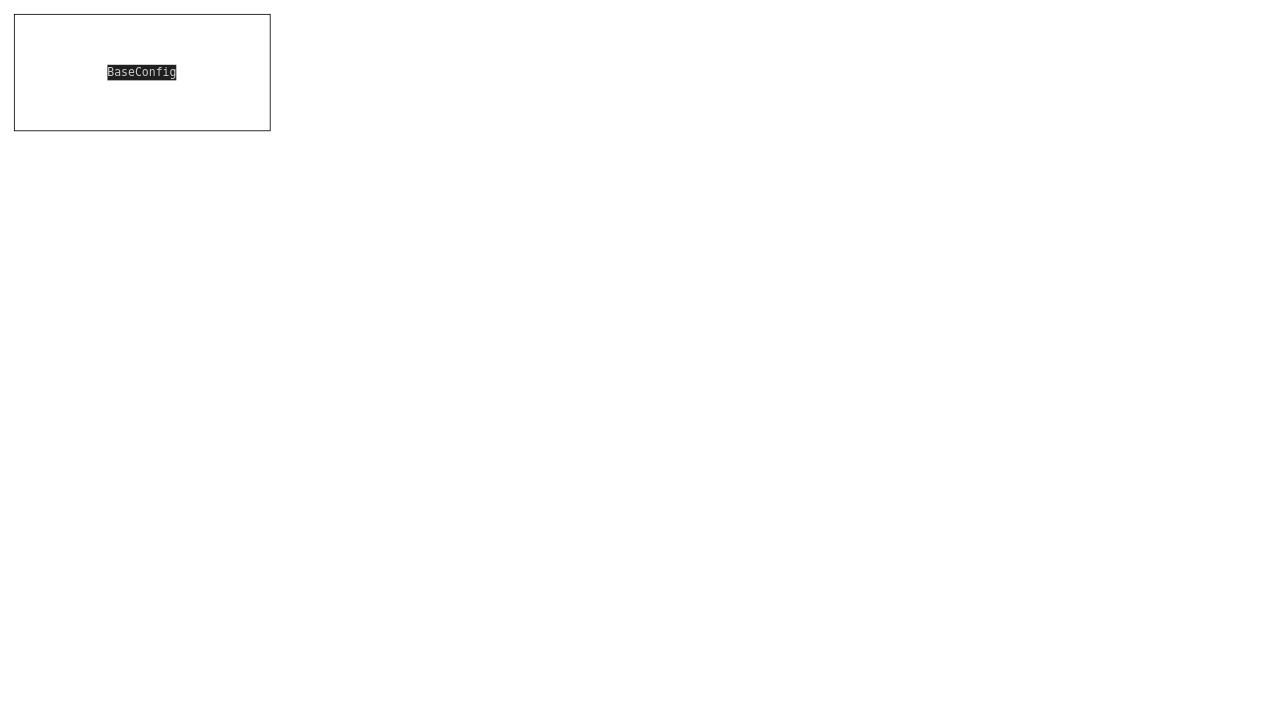
Above: Isaac Gym.drawio in q10l01p/draw (draw.io), before the change. Source tidied: cells renumbered, new cells numbered last; positions are measured from the earlier drawing's top-left corner, leaving out a move shared by most shapes. Both pictures are drawn from the tidied source at 82%, with x=0, y=0 at pixel (14, 14).
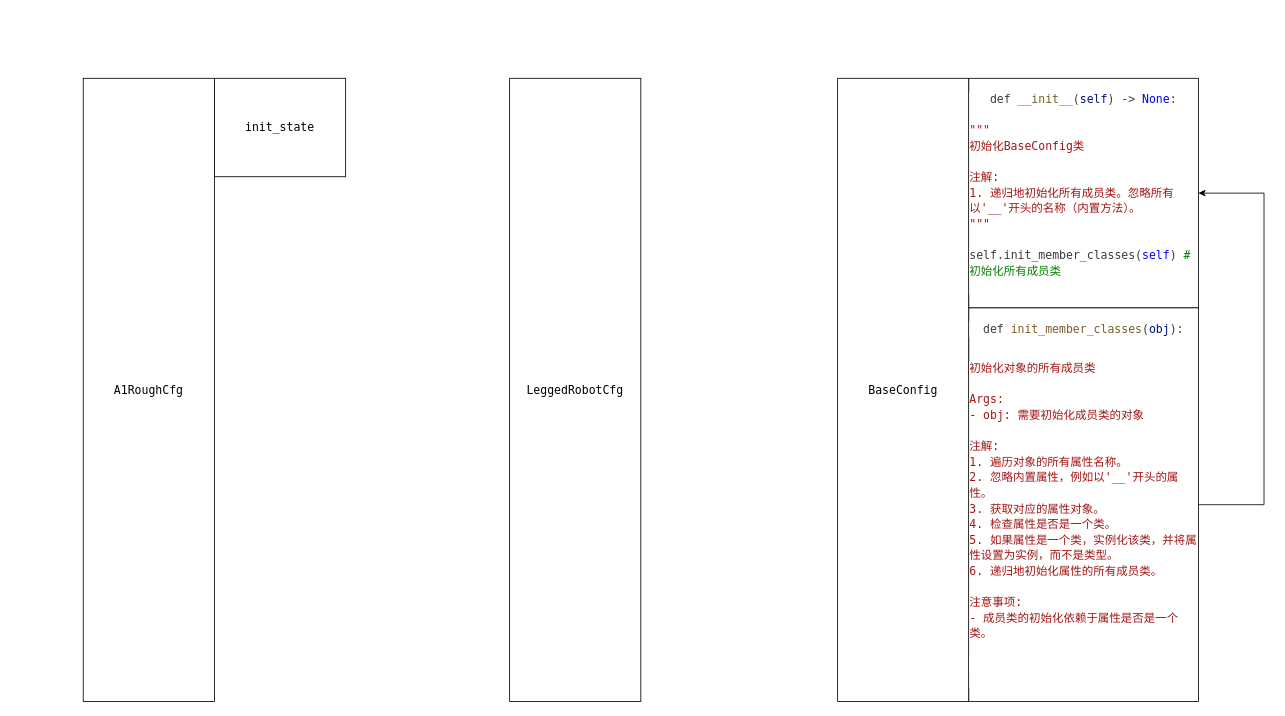
The same diagram, later.

The edit, as a diff of the source:
```diff
@@
 <mxGraphModel>
   <root>
     <mxCell id="0" />
     <mxCell id="1" parent="0" />
+    <mxCell id="3" value="&lt;div style=&quot;font-family: &amp;quot;Droid Sans Mono&amp;quot;, &amp;quot;monospace&amp;quot;, monospace; font-weight: normal; font-size: 14px; line-height: 19px;&quot;&gt;&lt;div&gt;&lt;span style=&quot;background-color: rgb(255, 255, 255);&quot;&gt;A1RoughCfg&lt;/span&gt;&lt;/div&gt;&lt;/div&gt;" style="rounded=0;whiteSpace=wrap;html=1;" parent="1" vertex="1">
+      <mxGeometry x="84" y="78" width="160" height="760" as="geometry" />
+    </mxCell>
+    <mxCell id="4" value="&lt;div style=&quot;color: rgb(204, 204, 204); font-family: &amp;quot;Droid Sans Mono&amp;quot;, &amp;quot;monospace&amp;quot;, monospace; font-weight: normal; font-size: 14px; line-height: 19px;&quot;&gt;&lt;div&gt;&lt;span style=&quot;background-color: rgb(255, 255, 255);&quot;&gt;&lt;font color=&quot;#000000&quot;&gt;init_state&lt;/font&gt;&lt;/span&gt;&lt;/div&gt;&lt;/div&gt;" style="rounded=0;whiteSpace=wrap;html=1;" parent="1" vertex="1">
+      <mxGeometry x="244" y="78" width="160" height="120" as="geometry" />
+    </mxCell>
+    <mxCell id="5" value="&lt;div style=&quot;font-family: &amp;quot;Droid Sans Mono&amp;quot;, &amp;quot;monospace&amp;quot;, monospace; font-weight: normal; font-size: 14px; line-height: 19px;&quot;&gt;&lt;div&gt;&lt;span style=&quot;background-color: rgb(255, 255, 255);&quot;&gt;LeggedRobotCfg&lt;/span&gt;&lt;/div&gt;&lt;/div&gt;" style="rounded=0;whiteSpace=wrap;html=1;fontColor=default;" parent="1" vertex="1">
+      <mxGeometry x="604" y="78" width="160" height="760" as="geometry" />
+    </mxCell>
+    <mxCell id="6" style="group;" parent="1" vertex="1">
+      <mxGeometry x="1004" y="78" width="520" height="760" as="geometry" />
+    </mxCell>
-    <mxCell id="2" value="&lt;div style=&quot;color: rgb(204, 204, 204); background-color: rgb(31, 31, 31); font-family: &amp;quot;Droid Sans Mono&amp;quot;, &amp;quot;monospace&amp;quot;, monospace; font-weight: normal; font-size: 14px; line-height: 19px;&quot;&gt;&lt;div&gt;BaseConfig&lt;/div&gt;&lt;/div&gt;" style="rounded=0;whiteSpace=wrap;html=1;fontSize=16;" parent="1" vertex="1">
-      <mxGeometry width="312" height="142" as="geometry" />
+    <mxCell id="2" value="&lt;div style=&quot;font-family: &amp;quot;Droid Sans Mono&amp;quot;, &amp;quot;monospace&amp;quot;, monospace; font-weight: normal; font-size: 14px; line-height: 19px;&quot;&gt;&lt;div&gt;&lt;span style=&quot;background-color: rgb(255, 255, 255);&quot;&gt;BaseConfig&lt;/span&gt;&lt;/div&gt;&lt;/div&gt;" style="rounded=0;whiteSpace=wrap;html=1;fontColor=default;" parent="6" vertex="1">
+      <mxGeometry width="160" height="760" as="geometry" />
     </mxCell>
+    <mxCell id="7" value="&lt;div align=&quot;center&quot; style=&quot;color: rgb(59, 59, 59); background-color: rgb(255, 255, 255); font-family: &amp;quot;Droid Sans Mono&amp;quot;, &amp;quot;monospace&amp;quot;, monospace; font-weight: normal; font-size: 14px; line-height: 19px;&quot;&gt;&lt;div&gt;def&lt;span style=&quot;color: #3b3b3b;&quot;&gt; &lt;/span&gt;&lt;span style=&quot;color: #795e26;&quot;&gt;__init__&lt;/span&gt;&lt;span style=&quot;color: #3b3b3b;&quot;&gt;(&lt;/span&gt;&lt;span style=&quot;color: #001080;&quot;&gt;self&lt;/span&gt;&lt;span style=&quot;color: #3b3b3b;&quot;&gt;) -&amp;gt; &lt;/span&gt;&lt;span style=&quot;color: #0000ff;&quot;&gt;None&lt;/span&gt;&lt;span style=&quot;color: #3b3b3b;&quot;&gt;:&lt;/span&gt;&lt;/div&gt;&lt;div&gt;&lt;span style=&quot;color: #3b3b3b;&quot;&gt;&lt;br&gt;&lt;/span&gt;&lt;/div&gt;&lt;/div&gt;&lt;div align=&quot;left&quot;&gt;&lt;div style=&quot;color: rgb(59, 59, 59); background-color: rgb(255, 255, 255); font-family: &amp;quot;Droid Sans Mono&amp;quot;, &amp;quot;monospace&amp;quot;, monospace; font-weight: normal; font-size: 14px; line-height: 19px;&quot;&gt;&lt;div&gt;        &lt;span style=&quot;color: #a31515;&quot;&gt;&quot;&quot;&quot;&lt;/span&gt;&lt;/div&gt;&lt;div&gt;&lt;span style=&quot;color: #a31515;&quot;&gt;        初始化BaseConfig类&lt;/span&gt;&lt;/div&gt;&lt;br&gt;&lt;div&gt;&lt;span style=&quot;color: #a31515;&quot;&gt;        注解:&lt;/span&gt;&lt;/div&gt;&lt;div&gt;&lt;span style=&quot;color: #a31515;&quot;&gt;        1. 递归地初始化所有成员类。忽略所有以'__'开头的名称（内置方法）。&lt;/span&gt;&lt;/div&gt;&lt;div&gt;&lt;span style=&quot;color: #a31515;&quot;&gt;        &quot;&quot;&quot;&lt;/span&gt;&lt;/div&gt;&lt;div&gt;&lt;span style=&quot;color: #a31515;&quot;&gt;&lt;br&gt;&lt;/span&gt;&lt;/div&gt;&lt;div&gt;&lt;div style=&quot;color: rgb(59, 59, 59); background-color: rgb(255, 255, 255); font-family: &amp;quot;Droid Sans Mono&amp;quot;, &amp;quot;monospace&amp;quot;, monospace; font-weight: normal; font-size: 14px; line-height: 19px;&quot;&gt;&lt;div&gt;self&lt;span style=&quot;color: #3b3b3b;&quot;&gt;.init_member_classes(&lt;/span&gt;&lt;span style=&quot;color: #0000ff;&quot;&gt;self&lt;/span&gt;&lt;span style=&quot;color: #3b3b3b;&quot;&gt;)  &lt;/span&gt;&lt;span style=&quot;color: #008000;&quot;&gt;# 初始化所有成员类&lt;/span&gt;&lt;/div&gt;&lt;/div&gt;&lt;/div&gt;&lt;div&gt;&lt;span style=&quot;color: #a31515;&quot;&gt;&lt;br&gt;&lt;/span&gt;&lt;/div&gt;&lt;/div&gt;&lt;/div&gt;" style="rounded=0;whiteSpace=wrap;html=1;align=center;" parent="6" vertex="1">
+      <mxGeometry x="160" width="280" height="280" as="geometry" />
+    </mxCell>
+    <mxCell id="8" style="edgeStyle=orthogonalEdgeStyle;rounded=0;jettySize=auto;html=1;entryX=1;entryY=0.5;entryDx=0;entryDy=0;" parent="6" edge="1" source="9" target="7">
+      <mxGeometry relative="1" as="geometry">
+        <Array as="points">
+          <mxPoint x="520" y="520" />
+          <mxPoint x="520" y="140" />
+        </Array>
+      </mxGeometry>
+    </mxCell>
+    <mxCell id="9" value="&lt;div style=&quot;color: rgb(59, 59, 59); background-color: rgb(255, 255, 255); font-family: &amp;quot;Droid Sans Mono&amp;quot;, &amp;quot;monospace&amp;quot;, monospace; font-weight: normal; font-size: 14px; line-height: 19px;&quot;&gt;&lt;div&gt;def&lt;span style=&quot;color: #3b3b3b;&quot;&gt; &lt;/span&gt;&lt;span style=&quot;color: #795e26;&quot;&gt;init_member_classes&lt;/span&gt;&lt;span style=&quot;color: #3b3b3b;&quot;&gt;(&lt;/span&gt;&lt;span style=&quot;color: #001080;&quot;&gt;obj&lt;/span&gt;&lt;span style=&quot;color: #3b3b3b;&quot;&gt;):&lt;/span&gt;&lt;/div&gt;&lt;/div&gt;&lt;div&gt;&lt;br&gt;&lt;/div&gt;&lt;div&gt;&lt;br&gt;&lt;/div&gt;&lt;div align=&quot;left&quot;&gt;&lt;div style=&quot;color: rgb(59, 59, 59); background-color: rgb(255, 255, 255); font-family: &amp;quot;Droid Sans Mono&amp;quot;, &amp;quot;monospace&amp;quot;, monospace; font-weight: normal; font-size: 14px; line-height: 19px;&quot;&gt;&lt;div&gt;&lt;span style=&quot;color: #a31515;&quot;&gt;        初始化对象的所有成员类&lt;/span&gt;&lt;/div&gt;&lt;br&gt;&lt;div&gt;&lt;span style=&quot;color: #a31515;&quot;&gt;        Args:&lt;/span&gt;&lt;/div&gt;&lt;div&gt;&lt;span style=&quot;color: #a31515;&quot;&gt;        - obj: 需要初始化成员类的对象&lt;/span&gt;&lt;/div&gt;&lt;br&gt;&lt;div&gt;&lt;span style=&quot;color: #a31515;&quot;&gt;        注解:&lt;/span&gt;&lt;/div&gt;&lt;div&gt;&lt;span style=&quot;color: #a31515;&quot;&gt;        1. 遍历对象的所有属性名称。&lt;/span&gt;&lt;/div&gt;&lt;div&gt;&lt;span style=&quot;color: #a31515;&quot;&gt;        2. 忽略内置属性，例如以'__'开头的属性。&lt;/span&gt;&lt;/div&gt;&lt;div&gt;&lt;span style=&quot;color: #a31515;&quot;&gt;        3. 获取对应的属性对象。&lt;/span&gt;&lt;/div&gt;&lt;div&gt;&lt;span style=&quot;color: #a31515;&quot;&gt;        4. 检查属性是否是一个类。&lt;/span&gt;&lt;/div&gt;&lt;div&gt;&lt;span style=&quot;color: #a31515;&quot;&gt;        5. 如果属性是一个类，实例化该类，并将属性设置为实例，而不是类型。&lt;/span&gt;&lt;/div&gt;&lt;div&gt;&lt;span style=&quot;color: #a31515;&quot;&gt;        6. 递归地初始化属性的所有成员类。&lt;/span&gt;&lt;/div&gt;&lt;br&gt;&lt;div&gt;&lt;span style=&quot;color: #a31515;&quot;&gt;        注意事项:&lt;/span&gt;&lt;/div&gt;&lt;div&gt;&lt;span style=&quot;color: #a31515;&quot;&gt;        - 成员类的初始化依赖于属性是否是一个类。&lt;/span&gt;&lt;/div&gt;&lt;div&gt;&lt;span style=&quot;color: #a31515;&quot;&gt;&lt;br&gt;&lt;/span&gt;&lt;/div&gt;&lt;div&gt;&lt;div style=&quot;color: rgb(59, 59, 59); background-color: rgb(255, 255, 255); font-family: &amp;quot;Droid Sans Mono&amp;quot;, &amp;quot;monospace&amp;quot;, monospace; font-weight: normal; font-size: 14px; line-height: 19px;&quot;&gt;&lt;br&gt;&lt;/div&gt;&lt;/div&gt;&lt;div&gt;&lt;span style=&quot;color: #a31515;&quot;&gt;&lt;br&gt;&lt;/span&gt;&lt;/div&gt;&lt;/div&gt;&lt;/div&gt;" style="rounded=0;whiteSpace=wrap;html=1;" parent="6" vertex="1">
+      <mxGeometry x="160" y="280" width="280" height="480" as="geometry" />
+    </mxCell>
   </root>
 </mxGraphModel>
```
